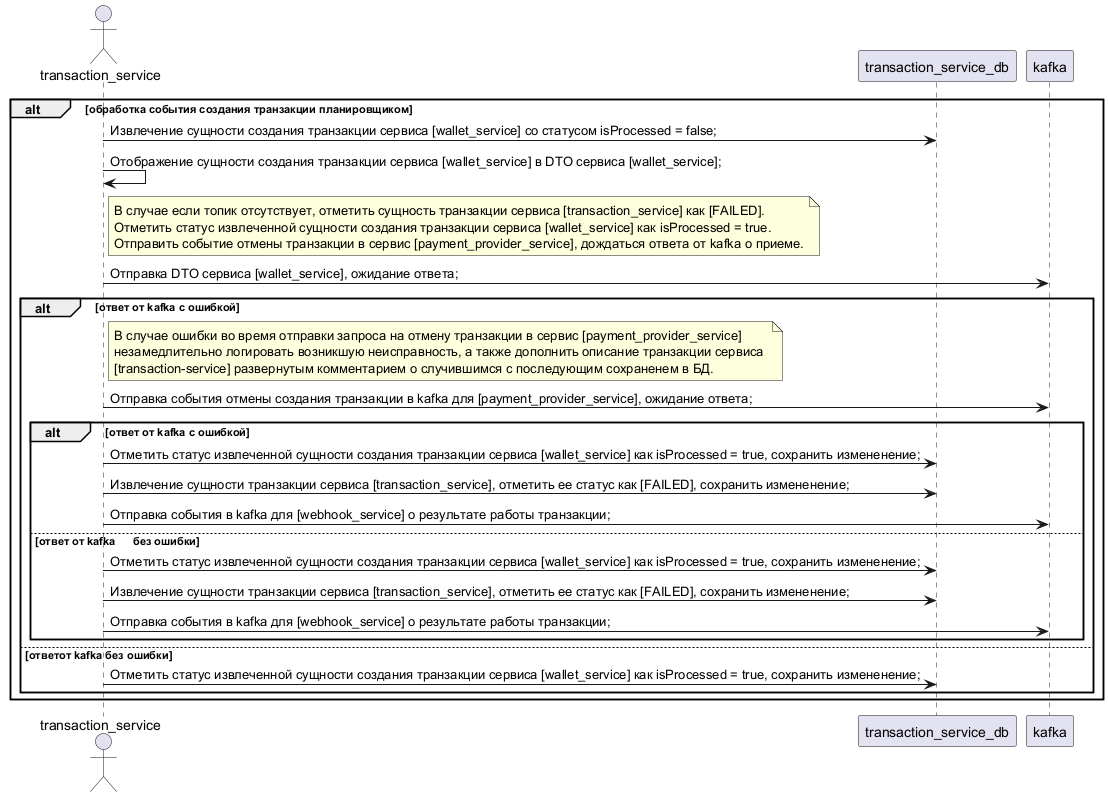
This is diagrams/transaction-service-interaction/create-transaction/step_4_schedule_handle_create_transaction_on_wallet_service_uml.png from U-235-92/payment-system, a PlantUML export, as it was before one commit.
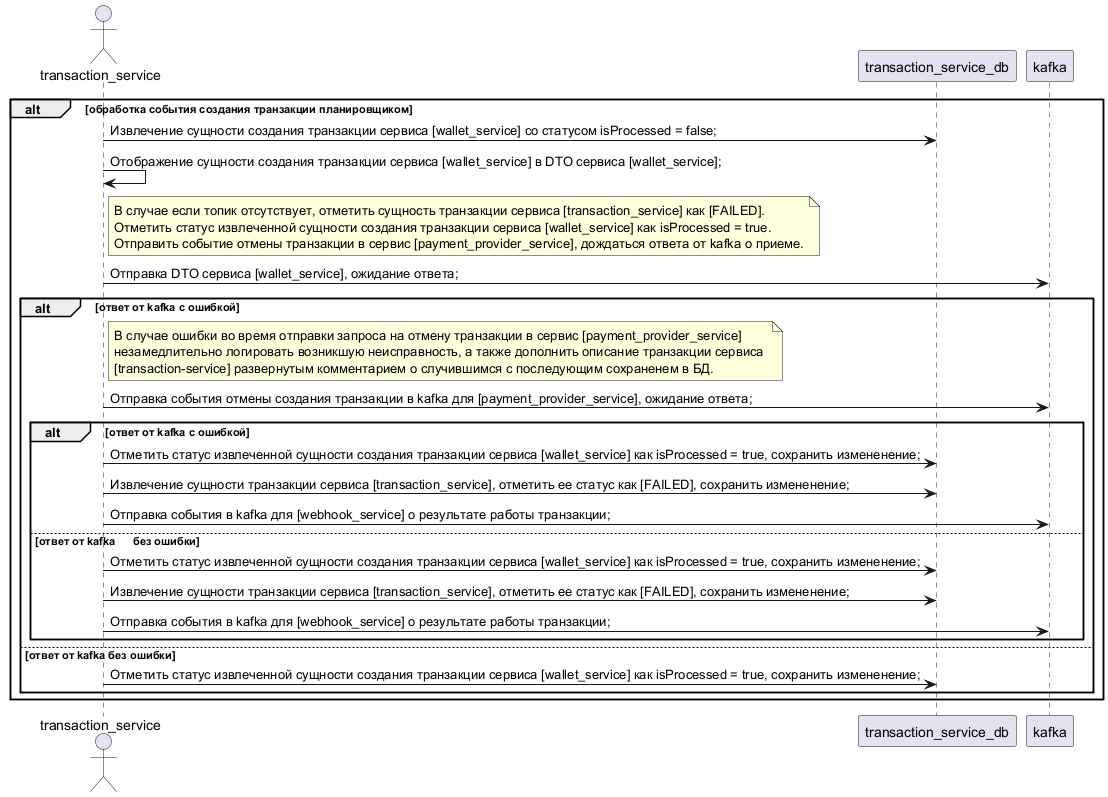
Above is the later version.

Diff of the diagram source:
```diff
@@ -29,7 +29,7 @@
 			transaction_service -> transaction_service_db : Извлечение сущности транзакции сервиса [transaction_service], отметить ее статус как [FAILED], сохранить измененение;
 			transaction_service -> kafka : Отправка события в kafka для [webhook_service] о результате работы транзакции;
 		end
-	else ответот kafka без ошибки
+	else ответ от kafka без ошибки
 		transaction_service -> transaction_service_db : Отметить статус извлеченной сущности создания транзакции сервиса [wallet_service] как isProcessed = true, сохранить измененение;
 	end
 end
```
